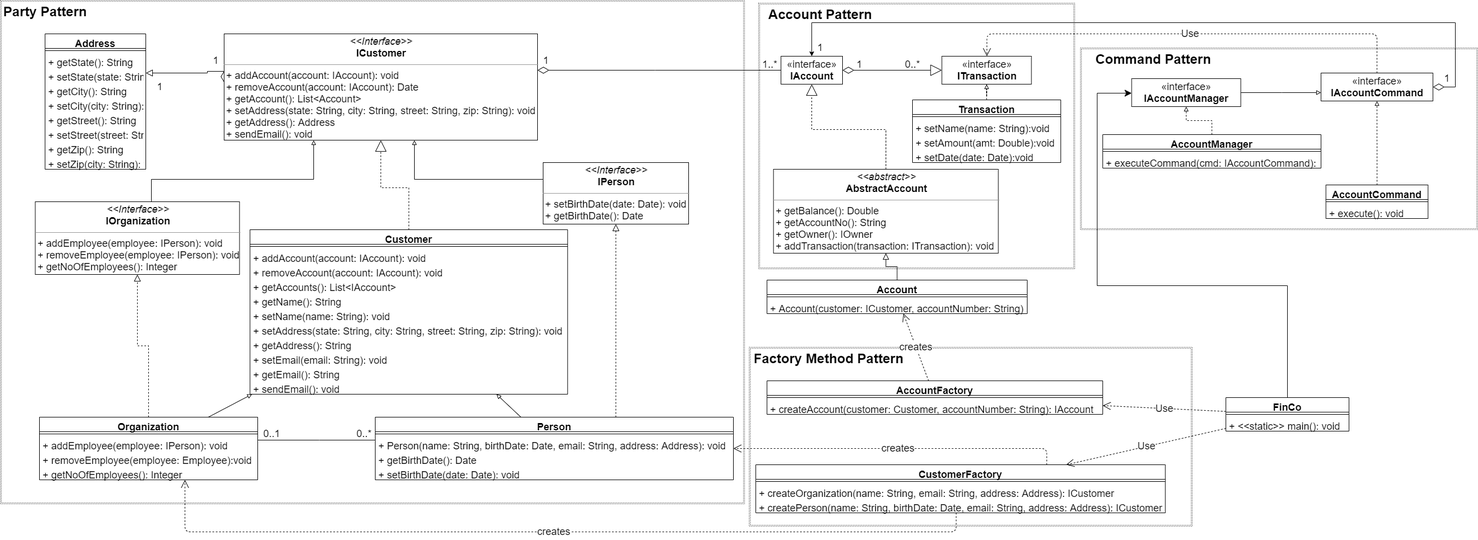
dmokonnen/FinCo keeps this draw.io diagram as docs/fwUML.png. Above is the earlier version. Source tidied: cells renumbered, new cells last; positions are measured from the earlier drawing's top-left corner, leaving out a move shared by most shapes.
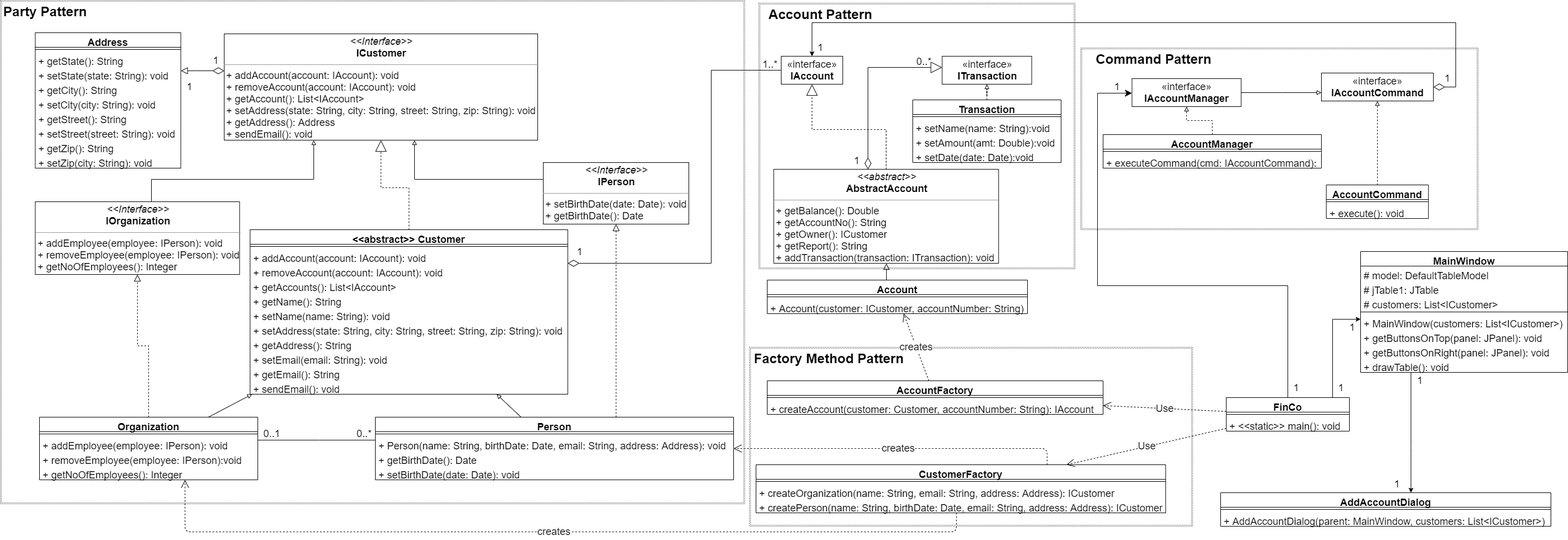
After the change.

Commit message:
Added updated UML diagrams.

Diff of the diagram source:
```diff
@@ -16,7 +16,7 @@
     </mxCell>
-    <mxCell id="6" style="edgeStyle=orthogonalEdgeStyle;rounded=0;jettySize=auto;html=1;startArrow=diamondThin;startFill=0;startSize=18;endArrow=none;endFill=0;fontSize=18;" parent="1" edge="1" source="81" target="46">
+    <mxCell id="6" style="edgeStyle=orthogonalEdgeStyle;rounded=0;jettySize=auto;html=1;startArrow=diamondThin;startFill=0;startSize=18;endArrow=none;endFill=0;fontSize=18;" parent="1" edge="1" source="11" target="46">
       <mxGeometry relative="1" as="geometry">
         <Array as="points">
-          <mxPoint x="1170" y="125" />
-          <mxPoint x="1170" y="125" />
+          <mxPoint x="1270" y="470" />
+          <mxPoint x="1270" y="125" />
         </Array>
@@ -28,4 +28,4 @@
         <Array as="points">
-          <mxPoint x="370" y="127" />
-          <mxPoint x="370" y="130" />
+          <mxPoint x="350" y="126" />
+          <mxPoint x="350" y="126" />
         </Array>
@@ -51,3 +51,3 @@
     </mxCell>
-    <mxCell id="11" value="Customer" style="swimlane;fontStyle=1;align=center;verticalAlign=top;horizontal=1;startSize=26;fontSize=18;" parent="1" vertex="1">
+    <mxCell id="11" value="&lt;&lt;abstract&gt;&gt; Customer" style="swimlane;fontStyle=1;align=center;verticalAlign=top;horizontal=1;startSize=26;fontSize=18;" parent="1" vertex="1">
       <mxGeometry x="446.2" y="410" width="567.5" height="294" as="geometry" />
@@ -128,3 +128,3 @@
     </mxCell>
-    <mxCell id="35" value="+ removeEmployee(employee: Employee):void" style="text;strokeColor=none;fillColor=none;align=left;verticalAlign=top;spacingLeft=4;spacingRight=4;overflow=hidden;fontSize=18;" parent="32" vertex="1">
+    <mxCell id="35" value="+ removeEmployee(employee: IPerson):void" style="text;strokeColor=none;fillColor=none;align=left;verticalAlign=top;spacingLeft=4;spacingRight=4;overflow=hidden;fontSize=18;" parent="32" vertex="1">
       <mxGeometry y="60" width="390" height="26" as="geometry" />
@@ -152,3 +152,8 @@
     <mxCell id="41" style="edgeStyle=orthogonalEdgeStyle;rounded=0;jettySize=auto;html=1;startArrow=none;startFill=0;startSize=18;endArrow=block;endFill=0;endSize=9;fontSize=18;" parent="1" edge="1" source="42" target="97">
-      <mxGeometry relative="1" as="geometry" />
+      <mxGeometry relative="1" as="geometry">
+        <Array as="points">
+          <mxPoint x="1583" y="490" />
+          <mxPoint x="1583" y="490" />
+        </Array>
+      </mxGeometry>
     </mxCell>
@@ -163,4 +168,8 @@
     </mxCell>
-    <mxCell id="45" style="edgeStyle=orthogonalEdgeStyle;rounded=0;jettySize=auto;html=1;startArrow=diamondThin;startFill=0;startSize=18;endArrow=block;endFill=0;fontSize=18;endSize=18;" parent="1" edge="1" source="46" target="53">
-      <mxGeometry relative="1" as="geometry" />
+    <mxCell id="45" style="edgeStyle=orthogonalEdgeStyle;rounded=0;jettySize=auto;html=1;startArrow=diamondThin;startFill=0;startSize=18;endArrow=block;endFill=0;fontSize=18;endSize=18;" parent="1" edge="1" source="97" target="53">
+      <mxGeometry relative="1" as="geometry">
+        <Array as="points">
+          <mxPoint x="1550" y="120" />
+        </Array>
+      </mxGeometry>
     </mxCell>
@@ -245,2 +254,9 @@
     </mxCell>
+    <mxCell id="109" style="edgeStyle=orthogonalEdgeStyle;rounded=0;jettySize=auto;html=1;fontSize=18;" parent="1" edge="1" source="67" target="113">
+      <mxGeometry relative="1" as="geometry">
+        <Array as="points">
+          <mxPoint x="2380" y="570" />
+        </Array>
+      </mxGeometry>
+    </mxCell>
     <mxCell id="67" value="FinCo" style="swimlane;fontStyle=1;align=center;verticalAlign=top;horizontal=1;startSize=26;fontSize=18;" parent="1" vertex="1">
@@ -255,30 +271,30 @@
     <mxCell id="70" value="Address" style="swimlane;fontStyle=1;align=center;verticalAlign=top;horizontal=1;startSize=26;fontSize=18;" parent="1" vertex="1">
-      <mxGeometry x="80" y="60" width="180" height="242" as="geometry" />
+      <mxGeometry x="62.5" y="58" width="260" height="242" as="geometry" />
     </mxCell>
     <mxCell id="71" style="line;strokeWidth=1;fillColor=none;align=left;verticalAlign=middle;spacingTop=-1;spacingLeft=3;spacingRight=3;labelPosition=right;" parent="70" vertex="1">
-      <mxGeometry y="26" width="180" height="8" as="geometry" />
+      <mxGeometry y="26" width="260" height="8" as="geometry" />
     </mxCell>
     <mxCell id="72" value="+ getState(): String" style="text;strokeColor=none;fillColor=none;align=left;verticalAlign=top;spacingLeft=4;spacingRight=4;overflow=hidden;fontSize=18;" parent="70" vertex="1">
-      <mxGeometry y="34" width="180" height="26" as="geometry" />
+      <mxGeometry y="34" width="260" height="26" as="geometry" />
     </mxCell>
     <mxCell id="73" value="+ setState(state: String): void" style="text;strokeColor=none;fillColor=none;align=left;verticalAlign=top;spacingLeft=4;spacingRight=4;overflow=hidden;fontSize=18;" parent="70" vertex="1">
-      <mxGeometry y="60" width="180" height="26" as="geometry" />
+      <mxGeometry y="60" width="260" height="26" as="geometry" />
     </mxCell>
     <mxCell id="74" value="+ getCity(): String" style="text;strokeColor=none;fillColor=none;align=left;verticalAlign=top;spacingLeft=4;spacingRight=4;overflow=hidden;fontSize=18;" parent="70" vertex="1">
-      <mxGeometry y="86" width="180" height="26" as="geometry" />
+      <mxGeometry y="86" width="260" height="26" as="geometry" />
     </mxCell>
     <mxCell id="75" value="+ setCity(city: String): void" style="text;strokeColor=none;fillColor=none;align=left;verticalAlign=top;spacingLeft=4;spacingRight=4;overflow=hidden;fontSize=18;" parent="70" vertex="1">
-      <mxGeometry y="112" width="180" height="26" as="geometry" />
+      <mxGeometry y="112" width="260" height="26" as="geometry" />
     </mxCell>
     <mxCell id="76" value="+ getStreet(): String" style="text;strokeColor=none;fillColor=none;align=left;verticalAlign=top;spacingLeft=4;spacingRight=4;overflow=hidden;fontSize=18;" parent="70" vertex="1">
-      <mxGeometry y="138" width="180" height="26" as="geometry" />
+      <mxGeometry y="138" width="260" height="26" as="geometry" />
     </mxCell>
     <mxCell id="77" value="+ setStreet(street: String): void" style="text;strokeColor=none;fillColor=none;align=left;verticalAlign=top;spacingLeft=4;spacingRight=4;overflow=hidden;fontSize=18;" parent="70" vertex="1">
-      <mxGeometry y="164" width="180" height="26" as="geometry" />
+      <mxGeometry y="164" width="260" height="26" as="geometry" />
     </mxCell>
     <mxCell id="78" value="+ getZip(): String" style="text;strokeColor=none;fillColor=none;align=left;verticalAlign=top;spacingLeft=4;spacingRight=4;overflow=hidden;fontSize=18;" parent="70" vertex="1">
-      <mxGeometry y="190" width="180" height="26" as="geometry" />
+      <mxGeometry y="190" width="260" height="26" as="geometry" />
     </mxCell>
     <mxCell id="79" value="+ setZip(city: String): void" style="text;strokeColor=none;fillColor=none;align=left;verticalAlign=top;spacingLeft=4;spacingRight=4;overflow=hidden;fontSize=18;" parent="70" vertex="1">
-      <mxGeometry y="216" width="180" height="26" as="geometry" />
+      <mxGeometry y="216" width="260" height="26" as="geometry" />
     </mxCell>
@@ -287,3 +303,3 @@
     </mxCell>
-    <mxCell id="81" value="&lt;p style=&quot;margin: 4px 0px 0px ; text-align: center ; font-size: 18px&quot;&gt;&lt;font style=&quot;font-size: 18px&quot;&gt;&lt;i&gt;&amp;lt;&amp;lt;Interface&amp;gt;&amp;gt;&lt;/i&gt;&lt;br&gt;&lt;b&gt;ICustomer&lt;/b&gt;&lt;/font&gt;&lt;/p&gt;&lt;hr size=&quot;1&quot; style=&quot;font-size: 18px&quot;&gt;&lt;p style=&quot;margin: 0px 0px 0px 4px ; font-size: 18px&quot;&gt;&lt;font style=&quot;font-size: 18px&quot;&gt;+ addAccount(account: IAccount): void&lt;br&gt;+ removeAccount(account: IAccount): Date&lt;/font&gt;&lt;/p&gt;&lt;p style=&quot;margin: 0px 0px 0px 4px ; font-size: 18px&quot;&gt;&lt;font style=&quot;font-size: 18px&quot;&gt;+ getAccount(): List&amp;lt;Account&amp;gt;&lt;/font&gt;&lt;/p&gt;&lt;p style=&quot;margin: 0px 0px 0px 4px ; font-size: 18px&quot;&gt;+ setAddress(state: String, city: String, street: String, zip: String): void&lt;br&gt;&lt;/p&gt;&lt;p style=&quot;margin: 0px 0px 0px 4px ; font-size: 18px&quot;&gt;+ getAddress(): Address&lt;/p&gt;&lt;p style=&quot;margin: 0px 0px 0px 4px ; font-size: 18px&quot;&gt;+ sendEmail(): void&lt;/p&gt;" style="verticalAlign=top;align=left;overflow=fill;fontSize=12;fontFamily=Helvetica;html=1;" parent="1" vertex="1">
+    <mxCell id="81" value="&lt;p style=&quot;margin: 4px 0px 0px ; text-align: center ; font-size: 18px&quot;&gt;&lt;font style=&quot;font-size: 18px&quot;&gt;&lt;i&gt;&amp;lt;&amp;lt;Interface&amp;gt;&amp;gt;&lt;/i&gt;&lt;br&gt;&lt;b&gt;ICustomer&lt;/b&gt;&lt;/font&gt;&lt;/p&gt;&lt;hr size=&quot;1&quot; style=&quot;font-size: 18px&quot;&gt;&lt;p style=&quot;margin: 0px 0px 0px 4px ; font-size: 18px&quot;&gt;&lt;font style=&quot;font-size: 18px&quot;&gt;+ addAccount(account: IAccount): void&lt;br&gt;+ removeAccount(account: IAccount): void&lt;/font&gt;&lt;/p&gt;&lt;p style=&quot;margin: 0px 0px 0px 4px ; font-size: 18px&quot;&gt;&lt;font style=&quot;font-size: 18px&quot;&gt;+ getAccount(): List&amp;lt;IAccount&amp;gt;&lt;/font&gt;&lt;/p&gt;&lt;p style=&quot;margin: 0px 0px 0px 4px ; font-size: 18px&quot;&gt;+ setAddress(state: String, city: String, street: String, zip: String): void&lt;br&gt;&lt;/p&gt;&lt;p style=&quot;margin: 0px 0px 0px 4px ; font-size: 18px&quot;&gt;+ getAddress(): Address&lt;/p&gt;&lt;p style=&quot;margin: 0px 0px 0px 4px ; font-size: 18px&quot;&gt;+ sendEmail(): void&lt;/p&gt;" style="verticalAlign=top;align=left;overflow=fill;fontSize=12;fontFamily=Helvetica;html=1;" parent="1" vertex="1">
       <mxGeometry x="400" y="60" width="560" height="190" as="geometry" />
@@ -297,3 +313,3 @@
     <mxCell id="84" value="1" style="text;html=1;align=center;verticalAlign=middle;fontSize=18;" parent="1" vertex="1">
-      <mxGeometry x="270" y="140" width="30" height="30" as="geometry" />
+      <mxGeometry x="322.5" y="140" width="30" height="30" as="geometry" />
     </mxCell>
@@ -339,9 +355,9 @@
     <mxCell id="95" value="0..*" style="text;html=1;align=center;verticalAlign=middle;fontSize=18;" parent="1" vertex="1">
-      <mxGeometry x="1610" y="100" width="40" height="30" as="geometry" />
+      <mxGeometry x="1630" y="95" width="40" height="30" as="geometry" />
     </mxCell>
     <mxCell id="96" value="1" style="text;html=1;align=center;verticalAlign=middle;fontSize=18;" parent="1" vertex="1">
-      <mxGeometry x="1520" y="100" width="30" height="30" as="geometry" />
+      <mxGeometry x="1515" y="272" width="30" height="30" as="geometry" />
     </mxCell>
-    <mxCell id="97" value="&lt;p style=&quot;margin: 4px 0px 0px ; text-align: center ; font-size: 18px&quot;&gt;&lt;font style=&quot;font-size: 18px&quot;&gt;&lt;i&gt;&amp;lt;&amp;lt;abstract&amp;gt;&amp;gt;&lt;/i&gt;&lt;br&gt;&lt;b&gt;AbstractAccount&lt;/b&gt;&lt;/font&gt;&lt;/p&gt;&lt;hr size=&quot;1&quot; style=&quot;font-size: 18px&quot;&gt;&lt;p style=&quot;margin: 0px 0px 0px 4px ; font-size: 18px&quot;&gt;+ getBalance(): Double&lt;br&gt;&lt;/p&gt;&lt;p style=&quot;margin: 0px 0px 0px 4px ; font-size: 18px&quot;&gt;+ getAccountNo(): String&lt;br&gt;&lt;/p&gt;&lt;p style=&quot;margin: 0px 0px 0px 4px ; font-size: 18px&quot;&gt;+ getOwner(): IOwner&lt;br&gt;&lt;/p&gt;&lt;p style=&quot;margin: 0px 0px 0px 4px ; font-size: 18px&quot;&gt;+ addTransaction(transaction: ITransaction): void&lt;br&gt;&lt;/p&gt;" style="verticalAlign=top;align=left;overflow=fill;fontSize=12;fontFamily=Helvetica;html=1;" parent="1" vertex="1">
-      <mxGeometry x="1381.6" y="302" width="401.8" height="150" as="geometry" />
+    <mxCell id="97" value="&lt;p style=&quot;margin: 4px 0px 0px ; text-align: center ; font-size: 18px&quot;&gt;&lt;font style=&quot;font-size: 18px&quot;&gt;&lt;i&gt;&amp;lt;&amp;lt;abstract&amp;gt;&amp;gt;&lt;/i&gt;&lt;br&gt;&lt;b&gt;AbstractAccount&lt;/b&gt;&lt;/font&gt;&lt;/p&gt;&lt;hr size=&quot;1&quot; style=&quot;font-size: 18px&quot;&gt;&lt;p style=&quot;margin: 0px 0px 0px 4px ; font-size: 18px&quot;&gt;+ getBalance(): Double&lt;br&gt;&lt;/p&gt;&lt;p style=&quot;margin: 0px 0px 0px 4px ; font-size: 18px&quot;&gt;+ getAccountNo(): String&lt;br&gt;&lt;/p&gt;&lt;p style=&quot;margin: 0px 0px 0px 4px ; font-size: 18px&quot;&gt;+ getOwner(): ICustomer&lt;br&gt;&lt;/p&gt;&lt;p style=&quot;margin: 0px 0px 0px 4px ; font-size: 18px&quot;&gt;+ getReport(): String&lt;br&gt;&lt;/p&gt;&lt;p style=&quot;margin: 0px 0px 0px 4px ; font-size: 18px&quot;&gt;+ addTransaction(transaction: ITransaction): void&lt;br&gt;&lt;/p&gt;" style="verticalAlign=top;align=left;overflow=fill;fontSize=12;fontFamily=Helvetica;html=1;" parent="1" vertex="1">
+      <mxGeometry x="1381.6" y="302" width="401.8" height="168" as="geometry" />
     </mxCell>
@@ -366,3 +382,3 @@
     <mxCell id="104" value="1" style="text;html=1;align=center;verticalAlign=middle;fontSize=18;" parent="1" vertex="1">
-      <mxGeometry x="960" y="93" width="30" height="30" as="geometry" />
+      <mxGeometry x="1020" y="435" width="30" height="30" as="geometry" />
     </mxCell>
@@ -377,10 +393,64 @@
     </mxCell>
-    <mxCell id="108" value="Use" style="endArrow=open;endSize=12;dashed=1;html=1;fontSize=18;edgeStyle=orthogonalEdgeStyle;" parent="1" edge="1" source="59" target="53">
-      <mxGeometry relative="1" as="geometry">
-        <Array as="points">
-          <mxPoint x="2460" y="60" />
-          <mxPoint x="1763" y="60" />
-        </Array>
-      </mxGeometry>
-    </mxCell>
+    <mxCell id="110" value="1" style="text;html=1;align=center;verticalAlign=middle;fontSize=18;" parent="1" vertex="1">
+      <mxGeometry x="2300" y="678" width="30" height="30" as="geometry" />
+    </mxCell>
+    <mxCell id="111" value="1" style="text;html=1;align=center;verticalAlign=middle;fontSize=18;" parent="1" vertex="1">
+      <mxGeometry x="1980" y="140" width="30" height="30" as="geometry" />
+    </mxCell>
+    <mxCell id="112" style="edgeStyle=orthogonalEdgeStyle;rounded=0;jettySize=auto;html=1;fontSize=18;" parent="1" edge="1" source="113" target="122">
+      <mxGeometry relative="1" as="geometry">
+        <Array as="points">
+          <mxPoint x="2520" y="800" />
+          <mxPoint x="2520" y="800" />
+        </Array>
+      </mxGeometry>
+    </mxCell>
+    <mxCell id="113" value="MainWindow" style="swimlane;fontStyle=1;align=center;verticalAlign=top;horizontal=1;startSize=26;fontSize=18;" parent="1" vertex="1">
+      <mxGeometry x="2430" y="449" width="370" height="216" as="geometry" />
+    </mxCell>
+    <mxCell id="114" value="# model: DefaultTableModel" style="text;strokeColor=none;fillColor=none;align=left;verticalAlign=top;spacingLeft=4;spacingRight=4;overflow=hidden;fontSize=18;" parent="113" vertex="1">
+      <mxGeometry y="26" width="370" height="26" as="geometry" />
+    </mxCell>
+    <mxCell id="115" value="# jTable1: JTable" style="text;strokeColor=none;fillColor=none;align=left;verticalAlign=top;spacingLeft=4;spacingRight=4;overflow=hidden;fontSize=18;" parent="113" vertex="1">
+      <mxGeometry y="52" width="370" height="26" as="geometry" />
+    </mxCell>
+    <mxCell id="116" value="# customers: List&lt;ICustomer&gt;" style="text;strokeColor=none;fillColor=none;align=left;verticalAlign=top;spacingLeft=4;spacingRight=4;overflow=hidden;fontSize=18;" parent="113" vertex="1">
+      <mxGeometry y="78" width="370" height="26" as="geometry" />
+    </mxCell>
+    <mxCell id="117" style="line;strokeWidth=1;fillColor=none;align=left;verticalAlign=middle;spacingTop=-1;spacingLeft=3;spacingRight=3;labelPosition=right;" parent="113" vertex="1">
+      <mxGeometry y="104" width="370" height="8" as="geometry" />
+    </mxCell>
+    <mxCell id="118" value="+ MainWindow(customers: List&lt;ICustomer&gt;)" style="text;strokeColor=none;fillColor=none;align=left;verticalAlign=top;spacingLeft=4;spacingRight=4;overflow=hidden;fontSize=18;" parent="113" vertex="1">
+      <mxGeometry y="112" width="370" height="26" as="geometry" />
+    </mxCell>
+    <mxCell id="119" value="+ getButtonsOnTop(panel: JPanel): void" style="text;strokeColor=none;fillColor=none;align=left;verticalAlign=top;spacingLeft=4;spacingRight=4;overflow=hidden;fontSize=18;" parent="113" vertex="1">
+      <mxGeometry y="138" width="370" height="26" as="geometry" />
+    </mxCell>
+    <mxCell id="120" value="+ getButtonsOnRight(panel: JPanel): void" style="text;strokeColor=none;fillColor=none;align=left;verticalAlign=top;spacingLeft=4;spacingRight=4;overflow=hidden;fontSize=18;" parent="113" vertex="1">
+      <mxGeometry y="164" width="370" height="26" as="geometry" />
+    </mxCell>
+    <mxCell id="121" value="+ drawTable(): void" style="text;strokeColor=none;fillColor=none;align=left;verticalAlign=top;spacingLeft=4;spacingRight=4;overflow=hidden;fontSize=18;" parent="113" vertex="1">
+      <mxGeometry y="190" width="370" height="26" as="geometry" />
+    </mxCell>
+    <mxCell id="122" value="AddAccountDialog" style="swimlane;fontStyle=1;align=center;verticalAlign=top;horizontal=1;startSize=26;fontSize=18;" parent="1" vertex="1">
+      <mxGeometry x="2180" y="880" width="590" height="60" as="geometry" />
+    </mxCell>
+    <mxCell id="123" style="line;strokeWidth=1;fillColor=none;align=left;verticalAlign=middle;spacingTop=-1;spacingLeft=3;spacingRight=3;labelPosition=right;" parent="122" vertex="1">
+      <mxGeometry y="26" width="590" height="8" as="geometry" />
+    </mxCell>
+    <mxCell id="124" value="+ AddAccountDialog(parent: MainWindow, customers: List&lt;ICustomer&gt;)" style="text;strokeColor=none;fillColor=none;align=left;verticalAlign=top;spacingLeft=4;spacingRight=4;overflow=hidden;fontSize=18;" parent="122" vertex="1">
+      <mxGeometry y="34" width="590" height="26" as="geometry" />
+    </mxCell>
+    <mxCell id="125" value="1" style="text;html=1;align=center;verticalAlign=middle;fontSize=18;" parent="1" vertex="1">
+      <mxGeometry x="2380" y="678" width="30" height="30" as="geometry" />
+    </mxCell>
+    <mxCell id="126" value="1" style="text;html=1;align=center;verticalAlign=middle;fontSize=18;" parent="1" vertex="1">
+      <mxGeometry x="2521.2" y="665" width="30" height="30" as="geometry" />
+    </mxCell>
+    <mxCell id="127" value="1" style="text;html=1;align=center;verticalAlign=middle;fontSize=18;" parent="1" vertex="1">
+      <mxGeometry x="2400" y="570" width="30" height="30" as="geometry" />
+    </mxCell>
+    <mxCell id="128" value="1" style="text;html=1;align=center;verticalAlign=middle;fontSize=18;" parent="1" vertex="1">
+      <mxGeometry x="2480" y="850" width="30" height="30" as="geometry" />
+    </mxCell>
   </root>
```
